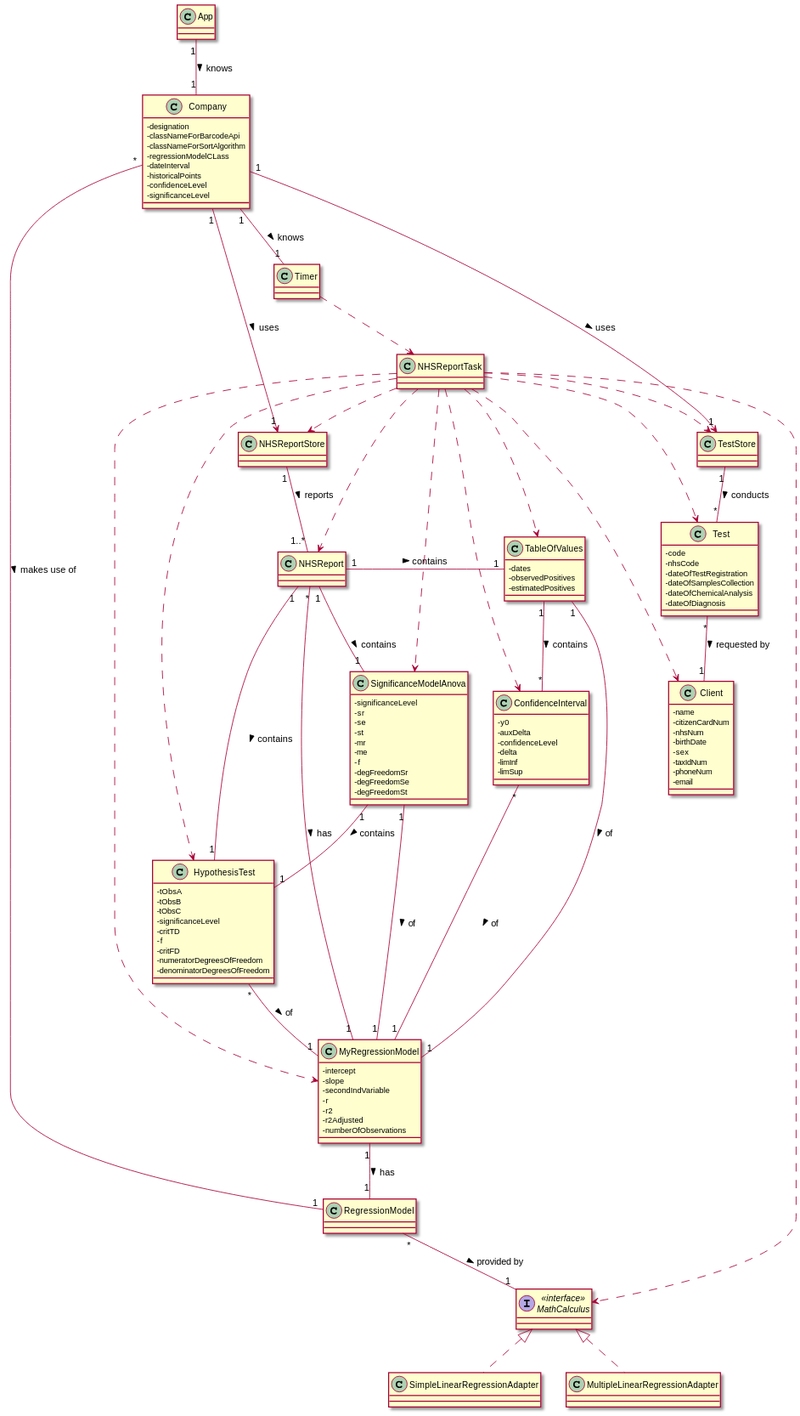
This is docs/SprintD/US_19/US19_CD.svg from ana-albergaria/LAPR2-ISEP, a PlantUML export, as it was before one commit.
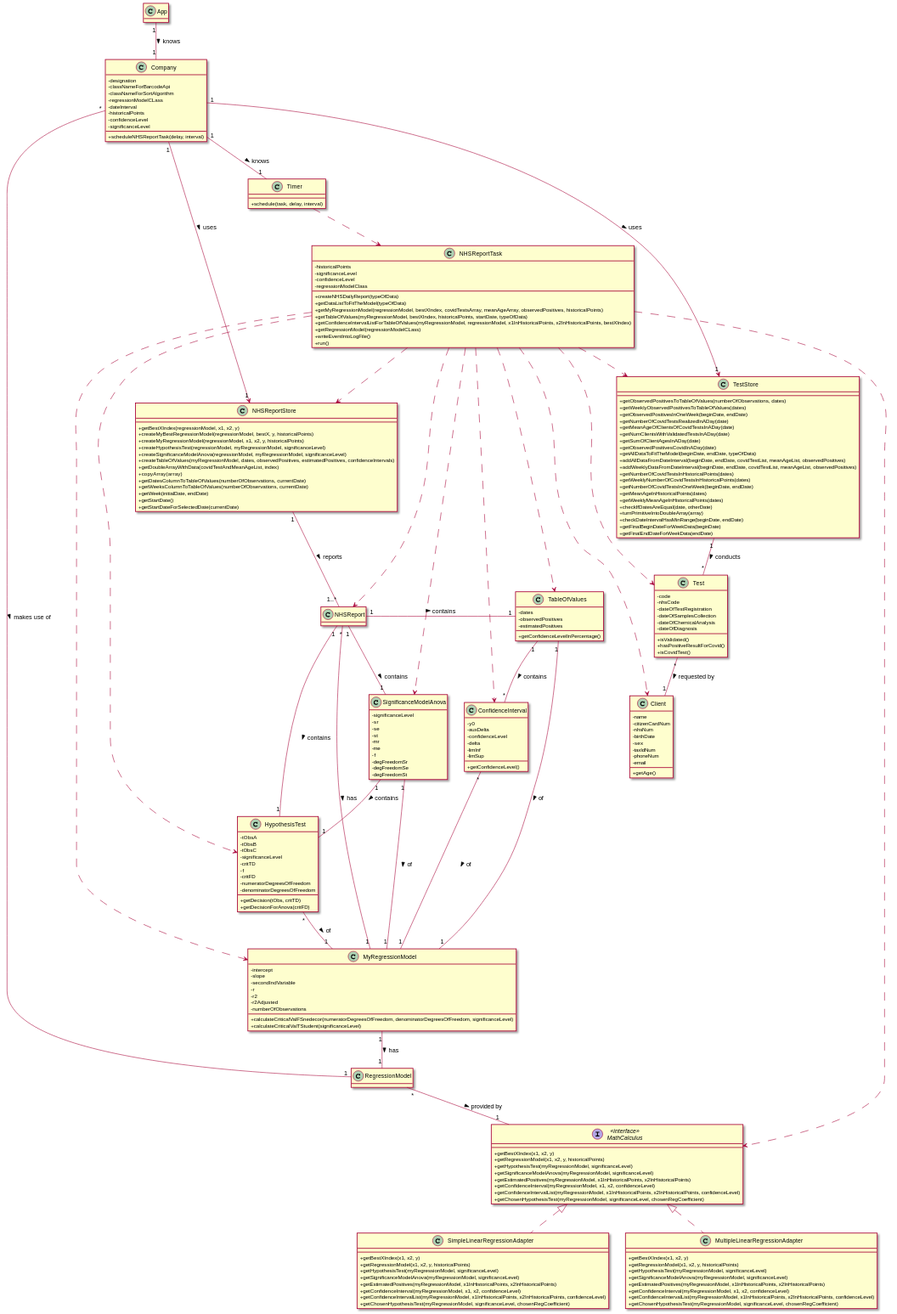
The same file after the commit.

Commit message:
US19 Class Diagram update + TestStore JavaDocs

What changed in the source:
```diff
@@ -1,6 +1,8 @@
 @startuml
 
 skinparam classAttributeIconSize 0
+hide empty methods
+
 
 class Company {
 -designation
@@ -11,6 +13,7 @@
 -historicalPoints
 -confidenceLevel
 -significanceLevel
++scheduleNHSReportTask(delay, interval)
 }
 
 class NHSReport {}
@@ -27,6 +30,8 @@
 -critFD
 -numeratorDegreesOfFreedom
 -denominatorDegreesOfFreedom
++getDecision(tObs, critTD)
++getDecisionForAnova(critFD)
 }
 
 class SignificanceModelAnova {
@@ -46,6 +51,7 @@
 -dates
 -observedPositives
 -estimatedPositives
++getConfidenceLevelInPercentage()
 }
 
 class ConfidenceInterval {
@@ -55,21 +61,91 @@
 -delta
 -limInf
 -limSup
++getConfidenceLevel()
 }
 
-class Timer {}
+class Timer {
++schedule(task, delay, interval)
+}
 
-class NHSReportStore {}
+class NHSReportStore {
++getBestXIndex(regressionModel, x1, x2, y)
++createMyBestRegressionModel(regressionModel, bestX, y, historicalPoints)
++createMyRegressionModel(regressionModel, x1, x2, y, historicalPoints)
++createHypothesisTest(regressionModel, myRegressionModel, significanceLevel)
++createSignificanceModelAnova(regressionModel, myRegressionModel, significanceLevel)
++createTableOfValues(myRegressionModel, dates, observedPositives, estimatedPositives, confidenceIntervals)
++getDoubleArrayWithData(covidTestAndMeanAgeList, index)
++copyArray(array)
++getDatesColumnToTableOfValues(numberOfObservations, currentDate)
++getWeeksColumnToTableOfValues(numberOfObservations, currentDate)
++getWeek(initialDate, endDate)
++getStartDate()
++getStartDateForSelectedDate(currentDate)
+}
 
-class TestStore {}
+class TestStore {
++getObservedPositivesToTableOfValues(numberOfObservations, dates)
++getWeeklyObservedPositivesToTableOfValues(dates)
++getObservedPositivesInOneWeek(beginDate, endDate)
++getNumberOfCovidTestsRealizedInADay(date)
++getMeanAgeOfClientsOfCovidTestsInADay(date)
++getNumClientsWithValidatedTestsInADay(date)
++getSumOfClientAgesInADay(date)
++getObservedPositivesCovidInADay(date)
++getAllDataToFitTheModel(beginDate, endDate, typeOfData)
++addAllDataFromDateInterval(beginDate, endDate, covidTestList, meanAgeList, observedPositives)
++addWeeklyDataFromDateInterval(beginDate, endDate, covidTestList, meanAgeList, observedPositives)
++getNumberOfCovidTestsInHistoricalPoints(dates)
++getWeeklyNumberOfCovidTestsInHistoricalPoints(dates)
++getNumberOfCovidTestsInOneWeek(beginDate, endDate)
++getMeanAgeInHistoricalPoints(dates)
++getWeeklyMeanAgeInHistoricalPoints(dates)
++checkIfDatesAreEqual(date, otherDate)
++turnPrimitiveIntoDoubleArray(array)
++checkDateIntervalHasMinRange(beginDate, endDate)
++getFinalBeginDateForWeekData(beginDate)
++getFinalEndDateForWeekData(endDate)
+}
 
-class SimpleLinearRegressionAdapter {}
+class SimpleLinearRegressionAdapter {
++getBestXIndex(x1, x2, y)
++getRegressionModel(x1, x2, y, historicalPoints)
++getHypothesisTest(myRegressionModel, significanceLevel)
++getSignificanceModelAnova(myRegressionModel, significanceLevel)
++getEstimatedPositives(myRegressionModel, x1InHistoricalPoints, x2InHistoricalPoints)
++getConfidenceInterval(myRegressionModel, x1, x2, confidenceLevel)
++getConfidenceIntervalList(myRegressionModel, x1InHistoricalPoints, x2InHistoricalPoints, confidenceLevel)
++getChosenHypothesisTest(myRegressionModel, significanceLevel, chosenRegCoefficient)
+}
 
-class MultipleLinearRegressionAdapter {}
+class MultipleLinearRegressionAdapter {
++getBestXIndex(x1, x2, y)
++getRegressionModel(x1, x2, y, historicalPoints)
++getHypothesisTest(myRegressionModel, significanceLevel)
++getSignificanceModelAnova(myRegressionModel, significanceLevel)
++getEstimatedPositives(myRegressionModel, x1InHistoricalPoints, x2InHistoricalPoints)
++getConfidenceInterval(myRegressionModel, x1, x2, confidenceLevel)
++getConfidenceIntervalList(myRegressionModel, x1InHistoricalPoints, x2InHistoricalPoints, confidenceLevel)
++getChosenHypothesisTest(myRegressionModel, significanceLevel, chosenRegCoefficient)
+}
 
 class RegressionModel {}
 
-class NHSReportTask {}
+class NHSReportTask {
+-historicalPoints
+-significanceLevel
+-confidenceLevel
+-regressionModelClass
++createNHSDailyReport(typeOfData)
++getDataListToFitTheModel(typeOfData)
++getMyRegressionModel(regressionModel, bestXIndex, covidTestsArray, meanAgeArray, observedPositives, historicalPoints)
++getTableOfValues(myRegressionModel, bestXIndex, historicalPoints, startDate, typeOfData)
++getConfidenceIntervalListForTableOfValues(myRegressionModel, regressionModel, x1InHistoricalPoints, x2InHistoricalPoints, bestXIndex)
++getRegressionModel(regressionModelCLass)
++writeEventIntoLogFile()
++run()
+}
 
 class MyRegressionModel {
 -intercept
@@ -79,9 +155,20 @@
 -r2
 -r2Adjusted
 -numberOfObservations
++calculateCriticalValFSnedecor(numeratorDegreesOfFreedom, denominatorDegreesOfFreedom, significanceLevel)
++calculateCriticalValTStudent(significanceLevel)
 }
 
-interface MathCalculus <<interface>> {}
+interface MathCalculus <<interface>> {
++getBestXIndex(x1, x2, y)
++getRegressionModel(x1, x2, y, historicalPoints)
++getHypothesisTest(myRegressionModel, significanceLevel)
++getSignificanceModelAnova(myRegressionModel, significanceLevel)
++getEstimatedPositives(myRegressionModel, x1InHistoricalPoints, x2InHistoricalPoints)
++getConfidenceInterval(myRegressionModel, x1, x2, confidenceLevel)
++getConfidenceIntervalList(myRegressionModel, x1InHistoricalPoints, x2InHistoricalPoints, confidenceLevel)
++getChosenHypothesisTest(myRegressionModel, significanceLevel, chosenRegCoefficient)
+}
 
 class Test {
 - code
@@ -90,6 +177,9 @@
 - dateOfSamplesCollection
 - dateOfChemicalAnalysis
 - dateOfDiagnosis
++isValidated()
++hasPositiveResultForCovid()
++isCovidTest()
 }
 
 class Client {
@@ -101,6 +191,7 @@
 - taxIdNum
 - phoneNum
 - email
++getAge()
 }
 
 class App {}
```
